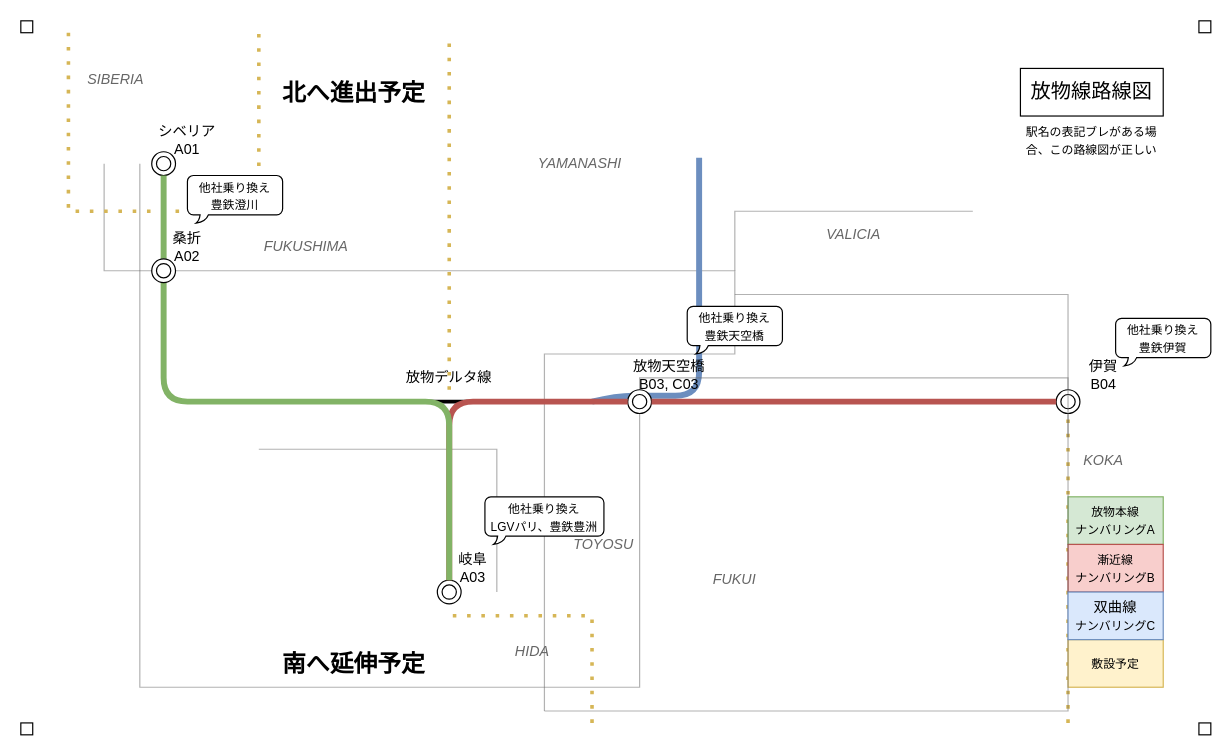
Earlier version of the draw.io diagram page "ページ1" (1 of 4) of バリン鯖放物線.drawio (chainsawsteel1/drawio-files). Source tidied: cells renumbered, new cells numbered last; positions are measured from the earlier drawing's top-left corner, leaving out a move shared by most shapes. Both pictures are drawn from the tidied source at 119%, with x=0, y=0 at pixel (20, 20).
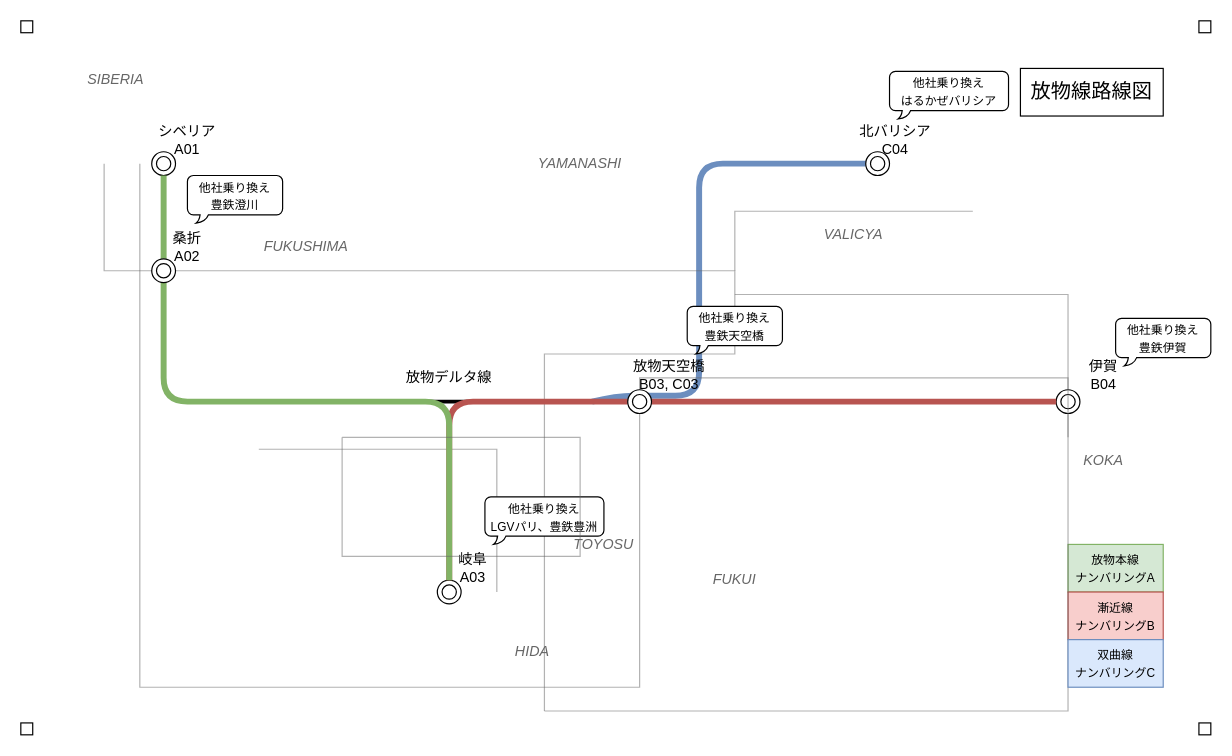
Above is the later version.

What changed in the source:
```diff
@@
+    <mxCell id="52" style="endArrow=none;html=1;rounded=0;fillColor=#dae8fc;strokeColor=#6c8ebf;strokeWidth=5;curved=1;" parent="1" edge="1" target="54">
+      <mxGeometry relative="1" as="geometry">
+        <mxPoint x="480" y="320" as="sourcePoint" />
+        <Array as="points">
+          <mxPoint x="500" y="315" />
+          <mxPoint x="530" y="315" />
+          <mxPoint x="570" y="315" />
+          <mxPoint x="570" y="275" />
+          <mxPoint x="570" y="160" />
+          <mxPoint x="570" y="120" />
+          <mxPoint x="610" y="120" />
+        </Array>
+      </mxGeometry>
+    </mxCell>
@@
-    <mxCell id="3" style="endArrow=none;html=1;rounded=0;fillColor=#dae8fc;strokeColor=#6c8ebf;strokeWidth=5;curved=1;" parent="1" edge="1">
+    <mxCell id="3" style="endArrow=none;html=1;rounded=0;fillColor=#dae8fc;strokeColor=#6c8ebf;strokeWidth=5;curved=1;" parent="1" edge="1" source="54">
       <mxGeometry relative="1" as="geometry">
-        <mxPoint x="480" y="320" as="sourcePoint" />
-        <mxPoint x="570" y="115" as="targetPoint" />
-        <Array as="points">
-          <mxPoint x="500" y="315" />
-          <mxPoint x="530" y="315" />
-          <mxPoint x="570" y="315" />
-          <mxPoint x="570" y="275" />
-        </Array>
+        <mxPoint x="720" y="120" as="targetPoint" />
       </mxGeometry>
     </mxCell>
-    <mxCell id="4" style="endArrow=none;dashed=1;html=1;dashPattern=1 3;strokeWidth=3;rounded=0;fillColor=#fff2cc;strokeColor=#d6b656;" parent="1" edge="1">
-      <mxGeometry relative="1" as="geometry">
-        <mxPoint x="880" y="590" as="sourcePoint" />
-        <mxPoint x="880" y="320" as="targetPoint" />
-      </mxGeometry>
-    </mxCell>
@@
-    <mxCell id="10" style="ellipse;shape=doubleEllipse;whiteSpace=wrap;html=1;" parent="1" vertex="1">
-      <mxGeometry x="510" y="310" width="20" height="20" as="geometry" />
-    </mxCell>
@@
-    <mxCell id="14" value="&lt;div&gt;放物天空橋&lt;/div&gt;B03, C03" style="text;html=1;align=center;verticalAlign=middle;whiteSpace=wrap;rounded=0;" parent="1" vertex="1">
-      <mxGeometry x="510" y="280" width="70" height="35" as="geometry" />
-    </mxCell>
@@
     <mxCell id="16" value="&lt;div&gt;&lt;font style=&quot;font-size: 10px;&quot;&gt;放物本線&lt;/font&gt;&lt;/div&gt;&lt;div&gt;&lt;font style=&quot;font-size: 10px;&quot;&gt;ナンバリングA&lt;/font&gt;&lt;br&gt;&lt;/div&gt;" style="text;html=1;align=center;verticalAlign=middle;whiteSpace=wrap;rounded=0;fillColor=#d5e8d4;strokeColor=#82b366;" parent="1" vertex="1">
-      <mxGeometry x="880" y="400" width="80" height="40" as="geometry" />
+      <mxGeometry x="880" y="440" width="80" height="40" as="geometry" />
     </mxCell>
     <mxCell id="17" value="&lt;div&gt;&lt;font style=&quot;font-size: 10px;&quot;&gt;漸近線&lt;/font&gt;&lt;/div&gt;&lt;div&gt;&lt;font style=&quot;font-size: 10px;&quot;&gt;ナンバリングB&lt;/font&gt;&lt;/div&gt;" style="text;html=1;align=center;verticalAlign=middle;whiteSpace=wrap;rounded=0;fillColor=#f8cecc;strokeColor=#b85450;" parent="1" vertex="1">
-      <mxGeometry x="880" y="440" width="80" height="40" as="geometry" />
+      <mxGeometry x="880" y="480" width="80" height="40" as="geometry" />
     </mxCell>
@@
-    <mxCell id="20" value="&lt;font style=&quot;font-size: 20px;&quot;&gt;&lt;b&gt;北へ進出予定&lt;/b&gt;&lt;/font&gt;" style="text;html=1;align=center;verticalAlign=middle;whiteSpace=wrap;rounded=0;" parent="1" vertex="1">
-      <mxGeometry x="200" y="40" width="160" height="40" as="geometry" />
-    </mxCell>
@@
-    <mxCell id="23" style="endArrow=none;dashed=1;html=1;dashPattern=1 3;strokeWidth=3;rounded=0;fillColor=#fff2cc;strokeColor=#d6b656;" parent="1" edge="1">
-      <mxGeometry relative="1" as="geometry">
-        <mxPoint x="360" y="310" as="sourcePoint" />
-        <mxPoint x="360" y="10" as="targetPoint" />
-      </mxGeometry>
-    </mxCell>
-    <mxCell id="24" style="endArrow=none;dashed=1;html=1;dashPattern=1 3;strokeWidth=3;rounded=0;fillColor=#fff2cc;strokeColor=#d6b656;" parent="1" edge="1">
-      <mxGeometry relative="1" as="geometry">
-        <mxPoint x="480" y="590" as="sourcePoint" />
-        <mxPoint x="360" y="500" as="targetPoint" />
-        <Array as="points">
-          <mxPoint x="480" y="500" />
-        </Array>
-      </mxGeometry>
-    </mxCell>
-    <mxCell id="25" style="endArrow=none;dashed=1;html=1;dashPattern=1 3;strokeWidth=3;rounded=0;fillColor=#fff2cc;strokeColor=#d6b656;" parent="1" edge="1">
-      <mxGeometry relative="1" as="geometry">
-        <mxPoint x="40" y="10" as="sourcePoint" />
-        <mxPoint x="200" y="10" as="targetPoint" />
-        <Array as="points">
-          <mxPoint x="40" y="160" />
-          <mxPoint x="200" y="160" />
-        </Array>
-      </mxGeometry>
-    </mxCell>
-    <mxCell id="26" value="&lt;font style=&quot;font-size: 10px;&quot;&gt;敷設予定&lt;/font&gt;" style="text;html=1;align=center;verticalAlign=middle;whiteSpace=wrap;rounded=0;fillColor=#fff2cc;strokeColor=#d6b656;" parent="1" vertex="1">
-      <mxGeometry x="880" y="520" width="80" height="40" as="geometry" />
-    </mxCell>
@@
-    <mxCell id="35" value="&lt;font style=&quot;font-size: 10px;&quot;&gt;駅名の表記ブレがある場合、この路線図が正しい&lt;/font&gt;" style="text;html=1;align=center;verticalAlign=middle;whiteSpace=wrap;rounded=0;" parent="1" vertex="1">
-      <mxGeometry x="840" y="80" width="120" height="40" as="geometry" />
-    </mxCell>
-    <mxCell id="36" value="&lt;font size=&quot;1&quot;&gt;&lt;b style=&quot;font-size: 20px;&quot;&gt;南へ延伸予定&lt;/b&gt;&lt;/font&gt;" style="text;html=1;align=center;verticalAlign=middle;whiteSpace=wrap;rounded=0;" parent="1" vertex="1">
-      <mxGeometry x="200" y="520" width="160" height="40" as="geometry" />
-    </mxCell>
@@
-    <mxCell id="42" value="&lt;font color=&quot;#666666&quot;&gt;&lt;i&gt;VALICIA&lt;/i&gt;&lt;/font&gt;" style="text;html=1;align=center;verticalAlign=middle;whiteSpace=wrap;rounded=0;" parent="1" vertex="1">
+    <mxCell id="42" value="&lt;font color=&quot;#666666&quot;&gt;&lt;i&gt;VALICYA&lt;/i&gt;&lt;/font&gt;" style="text;html=1;align=center;verticalAlign=middle;whiteSpace=wrap;rounded=0;" parent="1" vertex="1">
       <mxGeometry x="660" y="170" width="80" height="20" as="geometry" />
     </mxCell>
@@
-    <mxCell id="50" value="双曲線&lt;br&gt;&lt;div&gt;&lt;font style=&quot;font-size: 10px;&quot;&gt;ナンバリングC&lt;/font&gt;&lt;/div&gt;" style="text;html=1;align=center;verticalAlign=middle;whiteSpace=wrap;rounded=0;fillColor=#dae8fc;strokeColor=#6c8ebf;" parent="1" vertex="1">
-      <mxGeometry x="880" y="480" width="80" height="40" as="geometry" />
+    <mxCell id="50" value="&lt;font style=&quot;font-size: 10px;&quot;&gt;双曲線&lt;/font&gt;&lt;div&gt;&lt;font style=&quot;font-size: 10px;&quot;&gt;ナンバリングC&lt;/font&gt;&lt;/div&gt;" style="text;html=1;align=center;verticalAlign=middle;whiteSpace=wrap;rounded=0;fillColor=#dae8fc;strokeColor=#6c8ebf;" parent="1" vertex="1">
+      <mxGeometry x="880" y="520" width="80" height="40" as="geometry" />
     </mxCell>
@@
+    <mxCell id="53" style="endArrow=none;html=1;strokeWidth=1;rounded=0;fillColor=#f5f5f5;strokeColor=#666666;opacity=50;" parent="1" edge="1">
+      <mxGeometry relative="1" as="geometry">
+        <mxPoint x="270" y="350" as="sourcePoint" />
+        <mxPoint x="270" y="350" as="targetPoint" />
+        <Array as="points">
+          <mxPoint x="270" y="450" />
+          <mxPoint x="470" y="450" />
+          <mxPoint x="470" y="350" />
+        </Array>
+      </mxGeometry>
+    </mxCell>
+    <mxCell id="54" style="ellipse;shape=doubleEllipse;whiteSpace=wrap;html=1;" parent="1" vertex="1">
+      <mxGeometry x="710" y="110" width="20" height="20" as="geometry" />
+    </mxCell>
+    <mxCell id="14" value="&lt;div&gt;放物天空橋&lt;/div&gt;B03, C03" style="text;html=1;align=center;verticalAlign=middle;whiteSpace=wrap;rounded=0;" parent="1" vertex="1">
+      <mxGeometry x="510" y="280" width="70" height="35" as="geometry" />
+    </mxCell>
+    <mxCell id="55" value="&lt;div&gt;北バリシア&lt;br&gt;&lt;/div&gt;C04" style="text;html=1;align=center;verticalAlign=middle;whiteSpace=wrap;rounded=0;" parent="1" vertex="1">
+      <mxGeometry x="700" y="82.5" width="70" height="35" as="geometry" />
+    </mxCell>
+    <mxCell id="56" value="&lt;div&gt;&lt;font size=&quot;1&quot;&gt;他社乗り換え&lt;/font&gt;&lt;/div&gt;&lt;div&gt;&lt;font size=&quot;1&quot;&gt;はるかぜバリシア&lt;br&gt;&lt;/font&gt;&lt;/div&gt;" style="whiteSpace=wrap;html=1;shape=mxgraph.basic.roundRectCallout;dx=14.17;dy=7;size=5;boundedLbl=1;" parent="1" vertex="1">
+      <mxGeometry x="730" y="42.5" width="100" height="40" as="geometry" />
+    </mxCell>
+    <mxCell id="10" style="ellipse;shape=doubleEllipse;whiteSpace=wrap;html=1;" parent="1" vertex="1">
+      <mxGeometry x="510" y="310" width="20" height="20" as="geometry" />
+    </mxCell>
```
